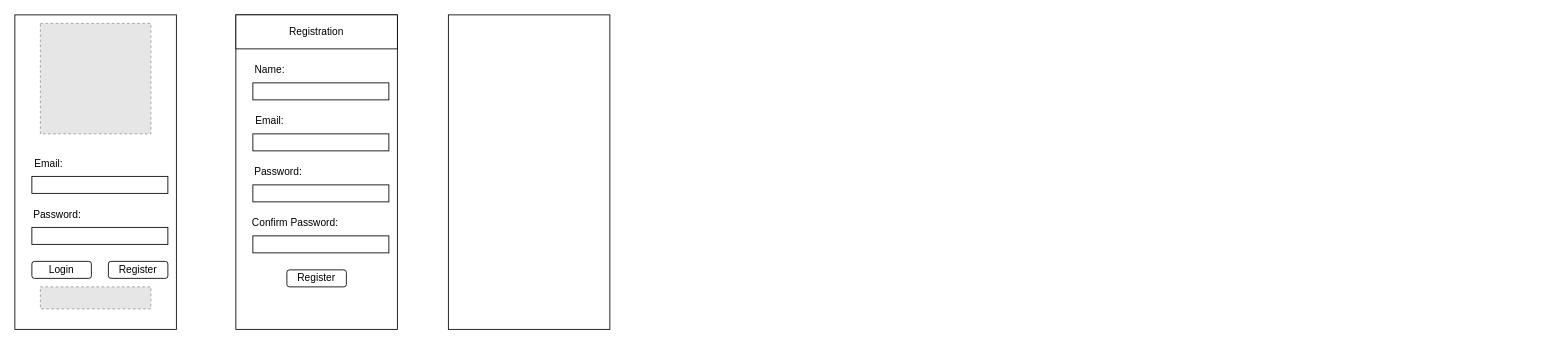
Before: agriidetect/Untitled Diagram.drawio in XpertBotTeam/crop_disease_mobile, a draw.io diagram. Source tidied: cells renumbered, new cells numbered last; positions are measured from the earlier drawing's top-left corner, leaving out a move shared by most shapes. Both pictures are drawn from the tidied source at 85%, with x=0, y=0 at pixel (14, 14). Pictures stored in the file or linked from it are replaced by grey dashed boxes.
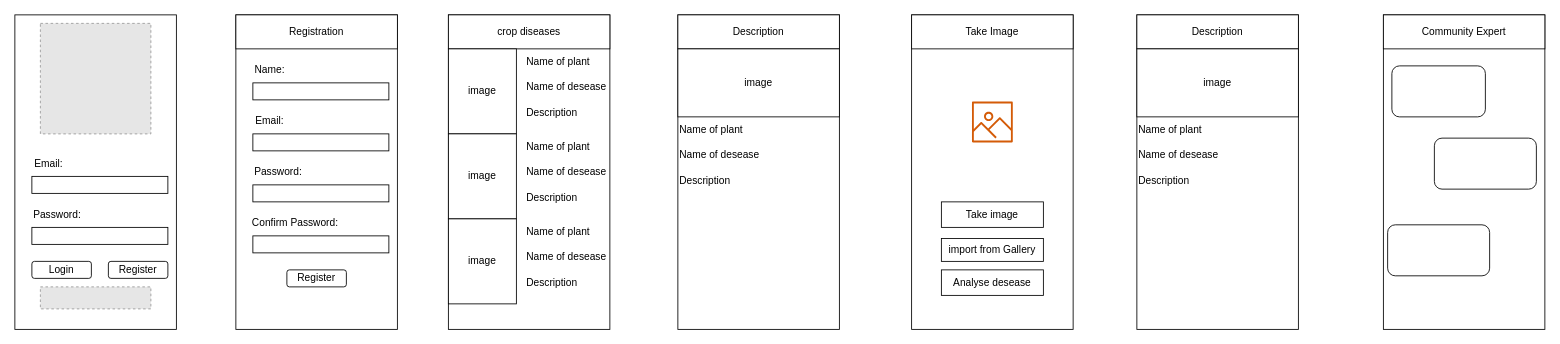
The same page after the edit.

The edit, as a diff of the source:
```diff
@@
+    <mxCell id="23" value="crop diseases" style="rounded=0;whiteSpace=wrap;html=1;" parent="1" vertex="1">
+      <mxGeometry x="510" width="190" height="40" as="geometry" />
+    </mxCell>
+    <mxCell id="24" value="image" style="rounded=0;whiteSpace=wrap;html=1;" parent="1" vertex="1">
+      <mxGeometry x="510" y="40" width="80" height="100" as="geometry" />
+    </mxCell>
+    <mxCell id="25" value="Name of plant" style="text;html=1;strokeColor=none;fillColor=none;align=left;verticalAlign=middle;whiteSpace=wrap;rounded=0;" parent="1" vertex="1">
+      <mxGeometry x="600" y="40" width="100" height="30" as="geometry" />
+    </mxCell>
+    <mxCell id="26" value="Name of desease" style="text;html=1;strokeColor=none;fillColor=none;align=left;verticalAlign=middle;whiteSpace=wrap;rounded=0;" parent="1" vertex="1">
+      <mxGeometry x="600" y="70" width="100" height="30" as="geometry" />
+    </mxCell>
+    <mxCell id="27" value="Description" style="text;html=1;strokeColor=none;fillColor=none;align=left;verticalAlign=middle;whiteSpace=wrap;rounded=0;" parent="1" vertex="1">
+      <mxGeometry x="600" y="100" width="100" height="30" as="geometry" />
+    </mxCell>
+    <mxCell id="28" value="image" style="rounded=0;whiteSpace=wrap;html=1;" parent="1" vertex="1">
+      <mxGeometry x="510" y="140" width="80" height="100" as="geometry" />
+    </mxCell>
+    <mxCell id="29" value="Name of plant" style="text;html=1;strokeColor=none;fillColor=none;align=left;verticalAlign=middle;whiteSpace=wrap;rounded=0;" parent="1" vertex="1">
+      <mxGeometry x="600" y="140" width="100" height="30" as="geometry" />
+    </mxCell>
+    <mxCell id="30" value="Name of desease" style="text;html=1;strokeColor=none;fillColor=none;align=left;verticalAlign=middle;whiteSpace=wrap;rounded=0;" parent="1" vertex="1">
+      <mxGeometry x="600" y="170" width="100" height="30" as="geometry" />
+    </mxCell>
+    <mxCell id="31" value="Description" style="text;html=1;strokeColor=none;fillColor=none;align=left;verticalAlign=middle;whiteSpace=wrap;rounded=0;" parent="1" vertex="1">
+      <mxGeometry x="600" y="200" width="100" height="30" as="geometry" />
+    </mxCell>
+    <mxCell id="32" value="image" style="rounded=0;whiteSpace=wrap;html=1;" parent="1" vertex="1">
+      <mxGeometry x="510" y="240" width="80" height="100" as="geometry" />
+    </mxCell>
+    <mxCell id="33" value="Name of plant" style="text;html=1;strokeColor=none;fillColor=none;align=left;verticalAlign=middle;whiteSpace=wrap;rounded=0;" parent="1" vertex="1">
+      <mxGeometry x="600" y="240" width="100" height="30" as="geometry" />
+    </mxCell>
+    <mxCell id="34" value="Name of desease" style="text;html=1;strokeColor=none;fillColor=none;align=left;verticalAlign=middle;whiteSpace=wrap;rounded=0;" parent="1" vertex="1">
+      <mxGeometry x="600" y="270" width="100" height="30" as="geometry" />
+    </mxCell>
+    <mxCell id="35" value="Description" style="text;html=1;strokeColor=none;fillColor=none;align=left;verticalAlign=middle;whiteSpace=wrap;rounded=0;" parent="1" vertex="1">
+      <mxGeometry x="600" y="300" width="100" height="30" as="geometry" />
+    </mxCell>
+    <mxCell id="36" style="rounded=0;whiteSpace=wrap;html=1;imageAspect=0;" parent="1" vertex="1">
+      <mxGeometry x="780" width="190" height="370" as="geometry" />
+    </mxCell>
+    <mxCell id="37" value="Description" style="rounded=0;whiteSpace=wrap;html=1;" parent="1" vertex="1">
+      <mxGeometry x="780" width="190" height="40" as="geometry" />
+    </mxCell>
+    <mxCell id="38" value="image" style="rounded=0;whiteSpace=wrap;html=1;" parent="1" vertex="1">
+      <mxGeometry x="780" y="40" width="190" height="80" as="geometry" />
+    </mxCell>
+    <mxCell id="39" value="Name of plant" style="text;html=1;strokeColor=none;fillColor=none;align=left;verticalAlign=middle;whiteSpace=wrap;rounded=0;" parent="1" vertex="1">
+      <mxGeometry x="780" y="120" width="100" height="30" as="geometry" />
+    </mxCell>
+    <mxCell id="40" value="Name of desease" style="text;html=1;strokeColor=none;fillColor=none;align=left;verticalAlign=middle;whiteSpace=wrap;rounded=0;" parent="1" vertex="1">
+      <mxGeometry x="780" y="150" width="100" height="30" as="geometry" />
+    </mxCell>
+    <mxCell id="41" value="Description" style="text;html=1;strokeColor=none;fillColor=none;align=left;verticalAlign=middle;whiteSpace=wrap;rounded=0;" parent="1" vertex="1">
+      <mxGeometry x="780" y="180" width="100" height="30" as="geometry" />
+    </mxCell>
+    <mxCell id="42" style="rounded=0;whiteSpace=wrap;html=1;imageAspect=0;" parent="1" vertex="1">
+      <mxGeometry x="1055" width="190" height="370" as="geometry" />
+    </mxCell>
+    <mxCell id="43" value="Take Image" style="rounded=0;whiteSpace=wrap;html=1;" parent="1" vertex="1">
+      <mxGeometry x="1055" width="190" height="40" as="geometry" />
+    </mxCell>
+    <mxCell id="44" value="Take image" style="rounded=0;whiteSpace=wrap;html=1;" parent="1" vertex="1">
+      <mxGeometry x="1090" y="220" width="120" height="30" as="geometry" />
+    </mxCell>
+    <mxCell id="45" value="import from Gallery" style="rounded=0;whiteSpace=wrap;html=1;" parent="1" vertex="1">
+      <mxGeometry x="1090" y="263" width="120" height="27" as="geometry" />
+    </mxCell>
+    <mxCell id="46" style="sketch=0;fontColor=#232F3E;gradientColor=none;fillColor=#D45B07;strokeColor=none;dashed=0;verticalLabelPosition=bottom;verticalAlign=top;align=center;html=1;fontSize=12;fontStyle=0;shape=mxgraph.aws4.container_registry_image;" parent="1" vertex="1">
+      <mxGeometry x="1126" y="102" width="48" height="48" as="geometry" />
+    </mxCell>
+    <mxCell id="47" value="Analyse desease" style="rounded=0;whiteSpace=wrap;html=1;" parent="1" vertex="1">
+      <mxGeometry x="1090" y="300" width="120" height="30" as="geometry" />
+    </mxCell>
+    <mxCell id="48" style="rounded=0;whiteSpace=wrap;html=1;imageAspect=0;" parent="1" vertex="1">
+      <mxGeometry x="1320" width="190" height="370" as="geometry" />
+    </mxCell>
+    <mxCell id="49" value="Description" style="rounded=0;whiteSpace=wrap;html=1;" parent="1" vertex="1">
+      <mxGeometry x="1320" width="190" height="40" as="geometry" />
+    </mxCell>
+    <mxCell id="50" value="image" style="rounded=0;whiteSpace=wrap;html=1;" parent="1" vertex="1">
+      <mxGeometry x="1320" y="40" width="190" height="80" as="geometry" />
+    </mxCell>
+    <mxCell id="51" value="Name of plant" style="text;html=1;strokeColor=none;fillColor=none;align=left;verticalAlign=middle;whiteSpace=wrap;rounded=0;" parent="1" vertex="1">
+      <mxGeometry x="1320" y="120" width="100" height="30" as="geometry" />
+    </mxCell>
+    <mxCell id="52" value="Name of desease" style="text;html=1;strokeColor=none;fillColor=none;align=left;verticalAlign=middle;whiteSpace=wrap;rounded=0;" parent="1" vertex="1">
+      <mxGeometry x="1320" y="150" width="100" height="30" as="geometry" />
+    </mxCell>
+    <mxCell id="53" value="Description" style="text;html=1;strokeColor=none;fillColor=none;align=left;verticalAlign=middle;whiteSpace=wrap;rounded=0;" parent="1" vertex="1">
+      <mxGeometry x="1320" y="180" width="100" height="30" as="geometry" />
+    </mxCell>
+    <mxCell id="54" style="rounded=0;whiteSpace=wrap;html=1;imageAspect=0;" parent="1" vertex="1">
+      <mxGeometry x="1610" width="190" height="370" as="geometry" />
+    </mxCell>
+    <mxCell id="55" value="Community Expert" style="rounded=0;whiteSpace=wrap;html=1;" parent="1" vertex="1">
+      <mxGeometry x="1610" width="190" height="40" as="geometry" />
+    </mxCell>
+    <mxCell id="56" style="rounded=1;whiteSpace=wrap;html=1;" parent="1" vertex="1">
+      <mxGeometry x="1620" y="60" width="110" height="60" as="geometry" />
+    </mxCell>
+    <mxCell id="57" style="rounded=1;whiteSpace=wrap;html=1;" parent="1" vertex="1">
+      <mxGeometry x="1670" y="145" width="120" height="60" as="geometry" />
+    </mxCell>
+    <mxCell id="58" style="rounded=1;whiteSpace=wrap;html=1;" parent="1" vertex="1">
+      <mxGeometry x="1615" y="247" width="120" height="60" as="geometry" />
+    </mxCell>
```
